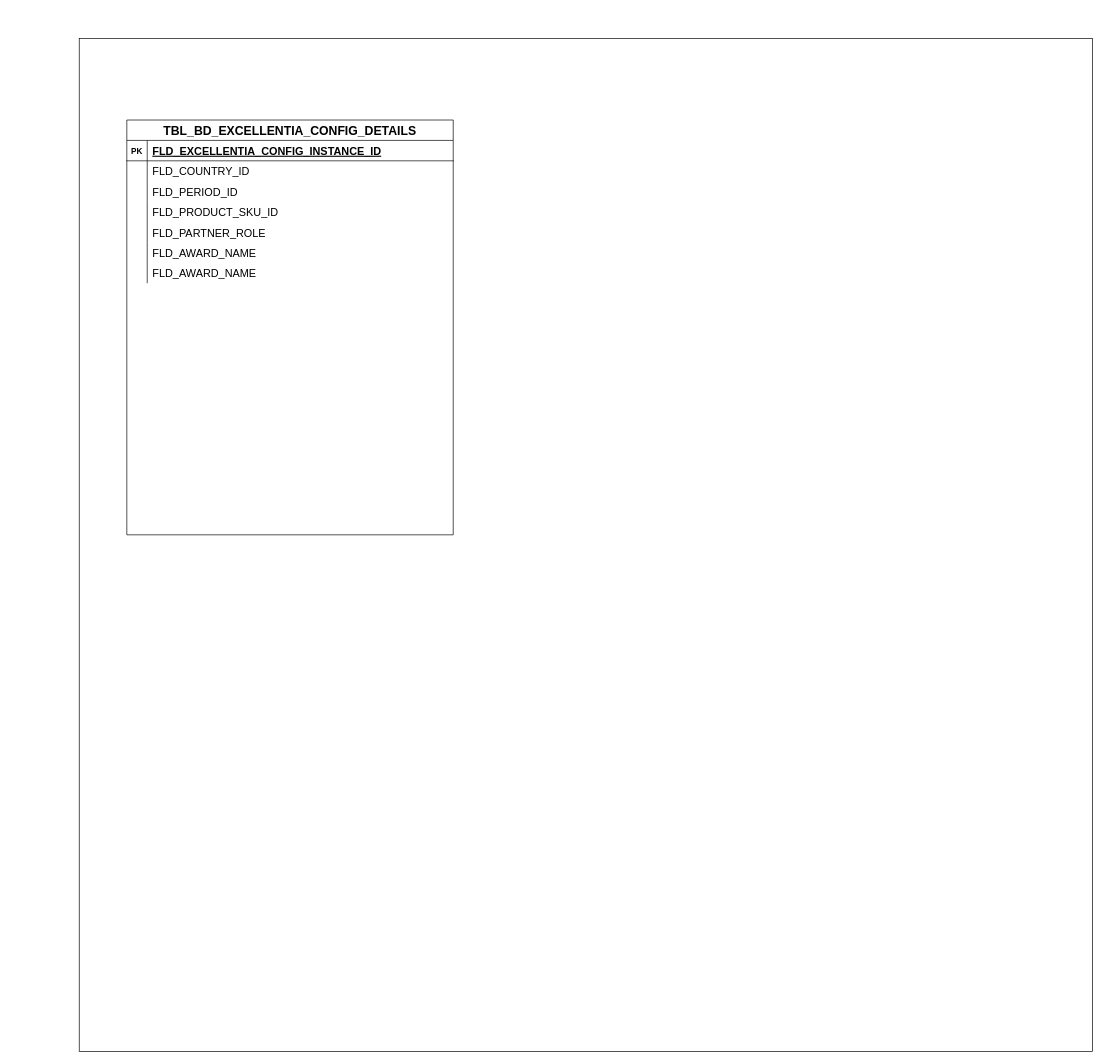
shreesh533/Algorithms keeps this draw.io diagram as page "CONFIG" (2 of 2) of Untitled Diagram.drawio. Above is the earlier version. Source tidied: cells renumbered, new cells numbered last; positions are measured from the earlier drawing's top-left corner, leaving out a move shared by most shapes. Both pictures are drawn from the tidied source at 68%, with x=0, y=0 at pixel (79, 38).
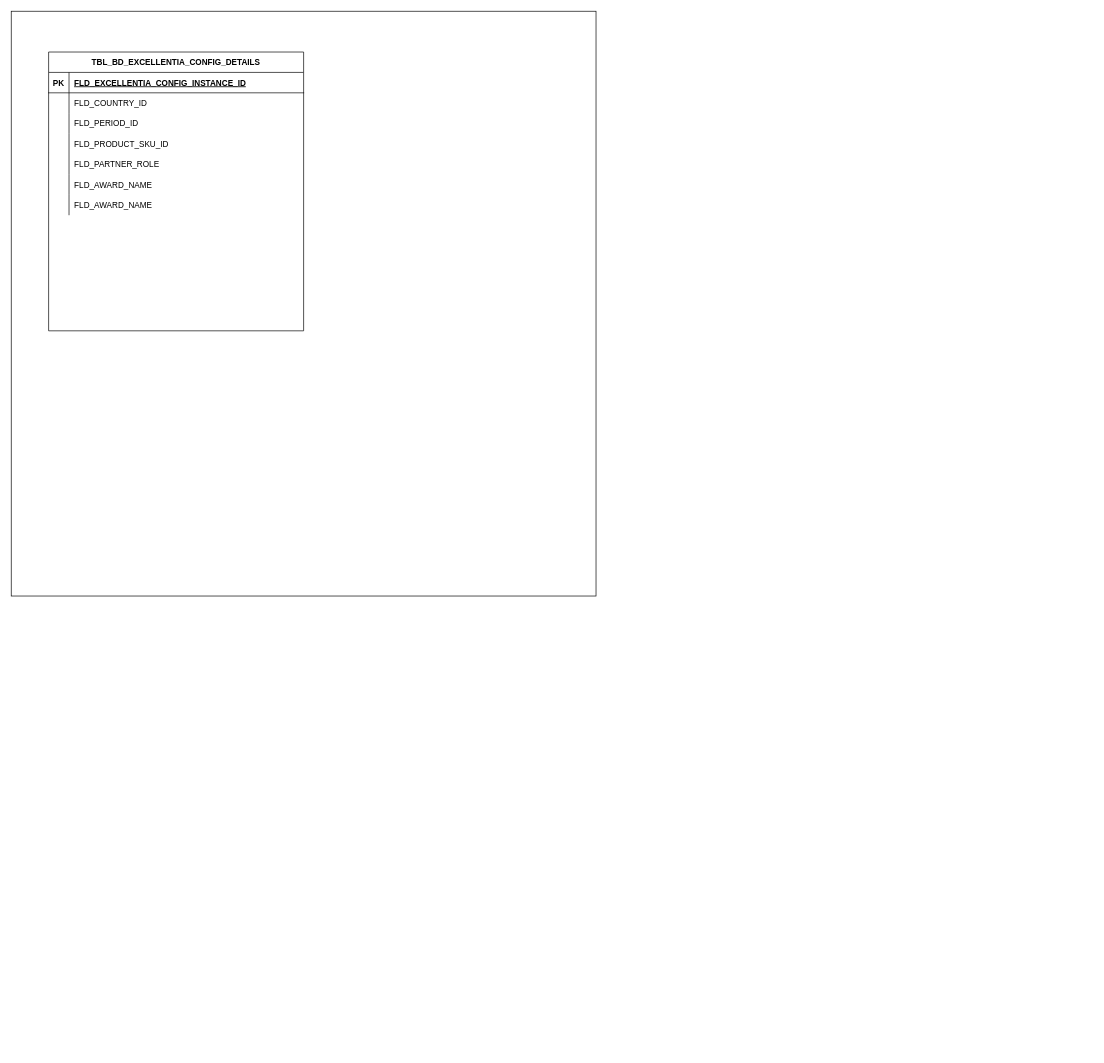
Above is the later version.

The edit, as a diff of the source:
```diff
@@
     <mxCell id="2" style="whiteSpace=wrap;html=1;" parent="1" vertex="1">
-      <mxGeometry width="1490" height="1490" as="geometry" />
+      <mxGeometry x="-100" y="-40" width="860" height="860" as="geometry" />
     </mxCell>
-    <mxCell id="3" value="TBL_BD_EXCELLENTIA_CONFIG_DETAILS" style="shape=table;startSize=30;childLayout=tableLayout;rowLines=0;fontStyle=1;align=center;overflow=hidden;fontFamily=Helvetica;fontSize=18;" parent="1" vertex="1">
-      <mxGeometry x="70" y="120" width="480" height="610" as="geometry" />
+    <mxCell id="3" value="TBL_BD_EXCELLENTIA_CONFIG_DETAILS" style="shape=table;startSize=30;childLayout=tableLayout;rowLines=0;fontStyle=1;align=center;overflow=hidden;fontFamily=Helvetica;fontSize=12;" parent="1" vertex="1">
+      <mxGeometry x="-45" y="20" width="375" height="410" as="geometry" />
     </mxCell>
     <mxCell id="4" style="shape=partialRectangle;fillColor=none;top=0;left=0;bottom=1;right=0;" parent="3" vertex="1">
-      <mxGeometry y="30" width="480" height="30" as="geometry" />
+      <mxGeometry y="30" width="375" height="30" as="geometry" />
     </mxCell>
@@
-    <mxCell id="6" value="FLD_EXCELLENTIA_CONFIG_INSTANCE_ID" style="shape=partialRectangle;fillColor=none;top=0;left=0;bottom=0;right=0;align=left;spacingLeft=6;fontStyle=5;overflow=hidden;fontFamily=Helvetica;fontSize=16;" parent="4" vertex="1">
-      <mxGeometry x="30" width="450" height="30" as="geometry" />
+    <mxCell id="6" value="FLD_EXCELLENTIA_CONFIG_INSTANCE_ID" style="shape=partialRectangle;fillColor=none;top=0;left=0;bottom=0;right=0;align=left;spacingLeft=6;fontStyle=5;overflow=hidden;fontFamily=Helvetica;fontSize=12;" parent="4" vertex="1">
+      <mxGeometry x="30" width="345" height="30" as="geometry" />
     </mxCell>
     <mxCell id="7" style="shape=partialRectangle;fillColor=none;top=0;left=0;bottom=0;right=0;" parent="3" vertex="1">
-      <mxGeometry y="60" width="480" height="30" as="geometry" />
+      <mxGeometry y="60" width="375" height="30" as="geometry" />
     </mxCell>
@@
-    <mxCell id="9" value="FLD_COUNTRY_ID" style="shape=partialRectangle;fillColor=none;top=0;left=0;bottom=0;right=0;align=left;spacingLeft=6;overflow=hidden;fontFamily=Helvetica;fontSize=16;" parent="7" vertex="1">
-      <mxGeometry x="30" width="450" height="30" as="geometry" />
+    <mxCell id="9" value="FLD_COUNTRY_ID" style="shape=partialRectangle;fillColor=none;top=0;left=0;bottom=0;right=0;align=left;spacingLeft=6;overflow=hidden;fontFamily=Helvetica;fontSize=12;" parent="7" vertex="1">
+      <mxGeometry x="30" width="345" height="30" as="geometry" />
     </mxCell>
     <mxCell id="10" style="shape=partialRectangle;fillColor=none;top=0;left=0;bottom=0;right=0;" parent="3" vertex="1">
-      <mxGeometry y="90" width="480" height="30" as="geometry" />
+      <mxGeometry y="90" width="375" height="30" as="geometry" />
     </mxCell>
@@
-    <mxCell id="12" value="FLD_PERIOD_ID" style="shape=partialRectangle;fillColor=none;top=0;left=0;bottom=0;right=0;align=left;spacingLeft=6;overflow=hidden;fontFamily=Helvetica;fontSize=16;" parent="10" vertex="1">
-      <mxGeometry x="30" width="450" height="30" as="geometry" />
+    <mxCell id="12" value="FLD_PERIOD_ID" style="shape=partialRectangle;fillColor=none;top=0;left=0;bottom=0;right=0;align=left;spacingLeft=6;overflow=hidden;fontFamily=Helvetica;fontSize=12;" parent="10" vertex="1">
+      <mxGeometry x="30" width="345" height="30" as="geometry" />
     </mxCell>
     <mxCell id="13" style="shape=partialRectangle;fillColor=none;top=0;left=0;bottom=0;right=0;" parent="3" vertex="1">
-      <mxGeometry y="120" width="480" height="30" as="geometry" />
+      <mxGeometry y="120" width="375" height="30" as="geometry" />
     </mxCell>
@@
-    <mxCell id="15" value="FLD_PRODUCT_SKU_ID" style="shape=partialRectangle;fillColor=none;top=0;left=0;bottom=0;right=0;align=left;spacingLeft=6;overflow=hidden;fontSize=16;" parent="13" vertex="1">
-      <mxGeometry x="30" width="450" height="30" as="geometry" />
+    <mxCell id="15" value="FLD_PRODUCT_SKU_ID" style="shape=partialRectangle;fillColor=none;top=0;left=0;bottom=0;right=0;align=left;spacingLeft=6;overflow=hidden;fontSize=12;" parent="13" vertex="1">
+      <mxGeometry x="30" width="345" height="30" as="geometry" />
     </mxCell>
     <mxCell id="16" style="shape=partialRectangle;fillColor=none;top=0;left=0;bottom=0;right=0;" parent="3" vertex="1">
-      <mxGeometry y="150" width="480" height="30" as="geometry" />
+      <mxGeometry y="150" width="375" height="30" as="geometry" />
     </mxCell>
@@
-    <mxCell id="18" value="FLD_PARTNER_ROLE" style="shape=partialRectangle;fillColor=none;top=0;left=0;bottom=0;right=0;align=left;spacingLeft=6;overflow=hidden;fontSize=16;" parent="16" vertex="1">
-      <mxGeometry x="30" width="450" height="30" as="geometry" />
+    <mxCell id="18" value="FLD_PARTNER_ROLE" style="shape=partialRectangle;fillColor=none;top=0;left=0;bottom=0;right=0;align=left;spacingLeft=6;overflow=hidden;fontSize=12;" parent="16" vertex="1">
+      <mxGeometry x="30" width="345" height="30" as="geometry" />
     </mxCell>
     <mxCell id="19" style="shape=partialRectangle;fillColor=none;top=0;left=0;bottom=0;right=0;" parent="3" vertex="1">
-      <mxGeometry y="180" width="480" height="30" as="geometry" />
+      <mxGeometry y="180" width="375" height="30" as="geometry" />
     </mxCell>
@@
-    <mxCell id="21" value="FLD_AWARD_NAME" style="shape=partialRectangle;fillColor=none;top=0;left=0;bottom=0;right=0;align=left;spacingLeft=6;overflow=hidden;fontSize=16;" parent="19" vertex="1">
-      <mxGeometry x="30" width="450" height="30" as="geometry" />
+    <mxCell id="21" value="FLD_AWARD_NAME" style="shape=partialRectangle;fillColor=none;top=0;left=0;bottom=0;right=0;align=left;spacingLeft=6;overflow=hidden;fontSize=12;" parent="19" vertex="1">
+      <mxGeometry x="30" width="345" height="30" as="geometry" />
     </mxCell>
     <mxCell id="22" style="shape=partialRectangle;fillColor=none;top=0;left=0;bottom=0;right=0;" parent="3" vertex="1">
-      <mxGeometry y="210" width="480" height="30" as="geometry" />
+      <mxGeometry y="210" width="375" height="30" as="geometry" />
     </mxCell>
@@
-    <mxCell id="24" value="FLD_AWARD_NAME" style="shape=partialRectangle;fillColor=none;top=0;left=0;bottom=0;right=0;align=left;spacingLeft=6;overflow=hidden;fontSize=16;" parent="22" vertex="1">
-      <mxGeometry x="30" width="450" height="30" as="geometry" />
+    <mxCell id="24" value="FLD_AWARD_NAME" style="shape=partialRectangle;fillColor=none;top=0;left=0;bottom=0;right=0;align=left;spacingLeft=6;overflow=hidden;fontSize=12;" parent="22" vertex="1">
+      <mxGeometry x="30" width="345" height="30" as="geometry" />
     </mxCell>
```
